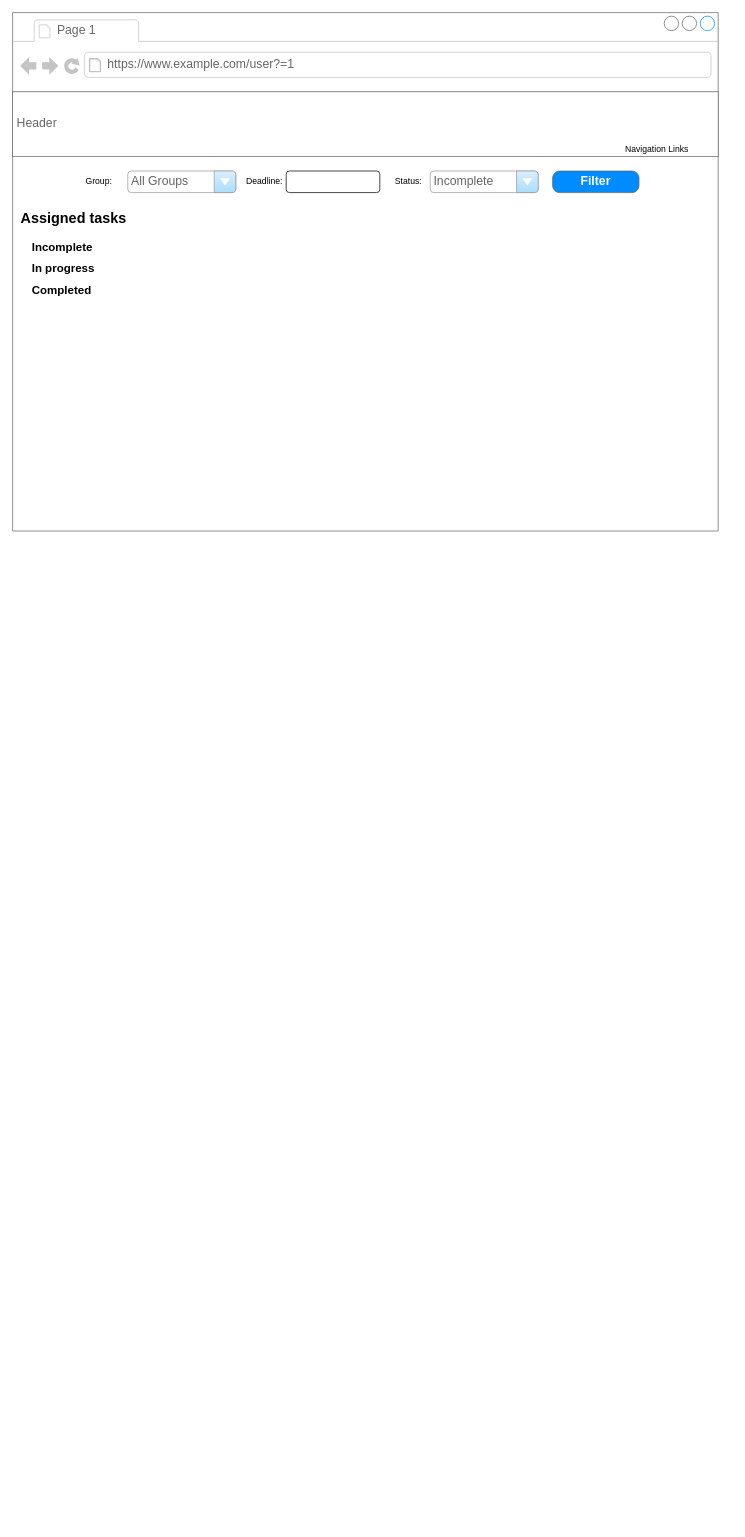
Before: other/mockups/GUI/user_page.drawio in qutsimon/GroupTaskManager, a draw.io diagram. Source tidied: cells renumbered, new cells numbered last; positions are measured from the earlier drawing's top-left corner, leaving out a move shared by most shapes. Both pictures are drawn from the tidied source at 72%, with x=0, y=0 at pixel (12, 12).
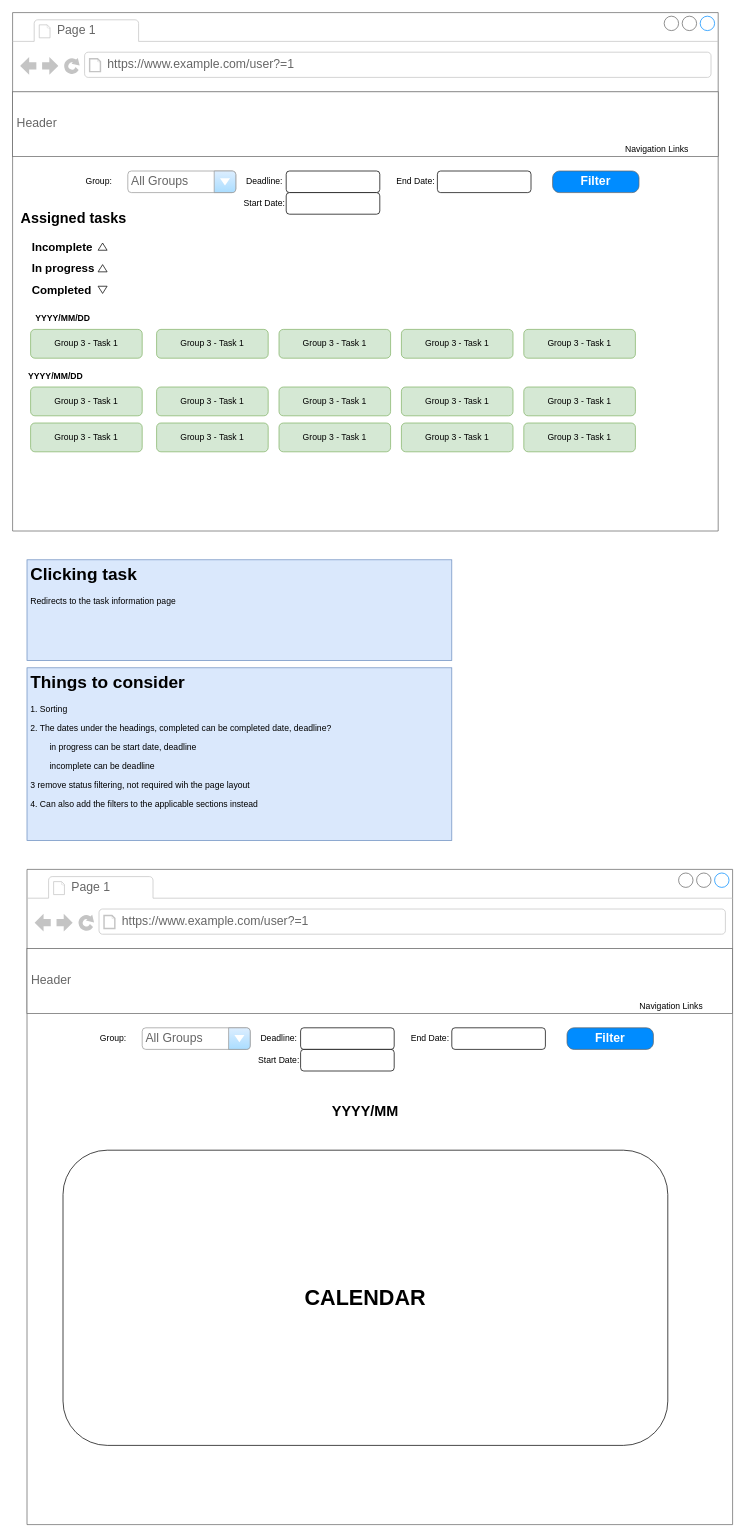
The same diagram, later.

Commit message (it also covers changes not shown here):
more work on the user page mockup

The change refers to these unchanged cells:
```xml
<mxCell id="2" style="strokeWidth=1;shadow=0;dashed=0;align=left;html=1;shape=mxgraph.mockup.containers.browserWindow;rSize=0;strokeColor=#666666;strokeColor2=#008cff;strokeColor3=#c4c4c4;mainText=,;" parent="1" vertex="1">
  <mxGeometry width="980" height="720" as="geometry" />
</mxCell>
<mxCell id="11" style="group;" parent="2" vertex="1">
  <mxGeometry x="90" y="220" width="780" height="30" as="geometry" />
</mxCell>
```

Change to the diagram source:
```diff
@@
-    <mxCell id="8" value="Incomplete" style="text;html=1;align=left;verticalAlign=middle;whiteSpace=wrap;rounded=0;fontStyle=1;fontSize=16;" parent="2" vertex="1">
-      <mxGeometry x="25" y="310" width="120" height="30" as="geometry" />
-    </mxCell>
-    <mxCell id="9" value="In progress" style="text;html=1;align=left;verticalAlign=middle;whiteSpace=wrap;rounded=0;fontStyle=1;fontSize=16;" parent="2" vertex="1">
-      <mxGeometry x="25" y="340" width="120" height="30" as="geometry" />
-    </mxCell>
-    <mxCell id="10" value="Completed" style="text;html=1;align=left;verticalAlign=middle;whiteSpace=wrap;rounded=0;fontStyle=1;fontSize=16;" parent="2" vertex="1">
-      <mxGeometry x="25" y="370" width="120" height="30" as="geometry" />
-    </mxCell>
@@
-    <mxCell id="16" value="Status:" style="text;html=1;align=center;verticalAlign=middle;whiteSpace=wrap;rounded=0;" parent="11" vertex="1">
-      <mxGeometry x="430" width="60" height="30" as="geometry" />
-    </mxCell>
-    <mxCell id="17" value="Incomplete" style="strokeWidth=1;shadow=0;dashed=0;align=center;html=1;shape=mxgraph.mockup.forms.comboBox;strokeColor=#999999;fillColor=#ddeeff;align=left;fillColor2=#aaddff;mainText=;fontColor=#666666;fontSize=17;spacingLeft=3;" parent="11" vertex="1">
-      <mxGeometry x="490" width="150" height="30" as="geometry" />
-    </mxCell>
@@
+    <mxCell id="19" style="rounded=1;whiteSpace=wrap;html=1;" parent="11" vertex="1">
+      <mxGeometry x="500" width="130" height="30" as="geometry" />
+    </mxCell>
+    <mxCell id="20" value="End Date:" style="text;html=1;align=center;verticalAlign=middle;whiteSpace=wrap;rounded=0;" parent="11" vertex="1">
+      <mxGeometry x="440" width="60" height="30" as="geometry" />
+    </mxCell>
+    <mxCell id="21" style="group;" parent="2" vertex="1">
+      <mxGeometry x="25" y="370" width="120" height="30" as="geometry" />
+    </mxCell>
+    <mxCell id="10" value="Completed" style="text;html=1;align=left;verticalAlign=middle;whiteSpace=wrap;rounded=0;fontStyle=1;fontSize=16;" parent="21" vertex="1">
+      <mxGeometry width="120" height="30" as="geometry" />
+    </mxCell>
+    <mxCell id="22" style="triangle;whiteSpace=wrap;html=1;rotation=90;" parent="21" vertex="1">
+      <mxGeometry x="95" y="8.8" width="10" height="12.5" as="geometry" />
+    </mxCell>
+    <mxCell id="23" style="group;" parent="2" vertex="1">
+      <mxGeometry x="25" y="310" width="120" height="30" as="geometry" />
+    </mxCell>
+    <mxCell id="8" value="Incomplete" style="text;html=1;align=left;verticalAlign=middle;whiteSpace=wrap;rounded=0;fontStyle=1;fontSize=16;" parent="23" vertex="1">
+      <mxGeometry width="120" height="30" as="geometry" />
+    </mxCell>
+    <mxCell id="24" style="triangle;whiteSpace=wrap;html=1;rotation=-90;" parent="23" vertex="1">
+      <mxGeometry x="95" y="8.8" width="10" height="12.5" as="geometry" />
+    </mxCell>
+    <mxCell id="25" style="group;" parent="2" vertex="1">
+      <mxGeometry x="25" y="340" width="120" height="30" as="geometry" />
+    </mxCell>
+    <mxCell id="9" value="In progress" style="text;html=1;align=left;verticalAlign=middle;whiteSpace=wrap;rounded=0;fontStyle=1;fontSize=16;" parent="25" vertex="1">
+      <mxGeometry width="120" height="30" as="geometry" />
+    </mxCell>
+    <mxCell id="26" style="triangle;whiteSpace=wrap;html=1;rotation=-90;" parent="25" vertex="1">
+      <mxGeometry x="95" y="8.8" width="10" height="12.5" as="geometry" />
+    </mxCell>
+    <mxCell id="27" value="Group 3 - Task 1" style="rounded=1;whiteSpace=wrap;html=1;fillColor=#d5e8d4;strokeColor=#82b366;" parent="2" vertex="1">
+      <mxGeometry x="25" y="440" width="155" height="40" as="geometry" />
+    </mxCell>
+    <mxCell id="28" value="YYYY/MM/DD" style="text;html=1;align=left;verticalAlign=middle;whiteSpace=wrap;rounded=0;fontStyle=1;" parent="2" vertex="1">
+      <mxGeometry x="30" y="410" width="60" height="30" as="geometry" />
+    </mxCell>
+    <mxCell id="29" value="Group 3 - Task 1" style="rounded=1;whiteSpace=wrap;html=1;fillColor=#d5e8d4;strokeColor=#82b366;" parent="2" vertex="1">
+      <mxGeometry x="200" y="440" width="155" height="40" as="geometry" />
+    </mxCell>
+    <mxCell id="30" value="Group 3 - Task 1" style="rounded=1;whiteSpace=wrap;html=1;fillColor=#d5e8d4;strokeColor=#82b366;" parent="2" vertex="1">
+      <mxGeometry x="370" y="440" width="155" height="40" as="geometry" />
+    </mxCell>
+    <mxCell id="31" value="Group 3 - Task 1" style="rounded=1;whiteSpace=wrap;html=1;fillColor=#d5e8d4;strokeColor=#82b366;" parent="2" vertex="1">
+      <mxGeometry x="540" y="440" width="155" height="40" as="geometry" />
+    </mxCell>
+    <mxCell id="32" value="Group 3 - Task 1" style="rounded=1;whiteSpace=wrap;html=1;fillColor=#d5e8d4;strokeColor=#82b366;" parent="2" vertex="1">
+      <mxGeometry x="710" y="440" width="155" height="40" as="geometry" />
+    </mxCell>
+    <mxCell id="33" value="YYYY/MM/DD" style="text;html=1;align=left;verticalAlign=middle;whiteSpace=wrap;rounded=0;fontStyle=1;" parent="2" vertex="1">
+      <mxGeometry x="20" y="490" width="60" height="30" as="geometry" />
+    </mxCell>
+    <mxCell id="34" value="Group 3 - Task 1" style="rounded=1;whiteSpace=wrap;html=1;fillColor=#d5e8d4;strokeColor=#82b366;" parent="2" vertex="1">
+      <mxGeometry x="25" y="520" width="155" height="40" as="geometry" />
+    </mxCell>
+    <mxCell id="35" value="Group 3 - Task 1" style="rounded=1;whiteSpace=wrap;html=1;fillColor=#d5e8d4;strokeColor=#82b366;" parent="2" vertex="1">
+      <mxGeometry x="200" y="520" width="155" height="40" as="geometry" />
+    </mxCell>
+    <mxCell id="36" value="Group 3 - Task 1" style="rounded=1;whiteSpace=wrap;html=1;fillColor=#d5e8d4;strokeColor=#82b366;" parent="2" vertex="1">
+      <mxGeometry x="370" y="520" width="155" height="40" as="geometry" />
+    </mxCell>
+    <mxCell id="37" value="Group 3 - Task 1" style="rounded=1;whiteSpace=wrap;html=1;fillColor=#d5e8d4;strokeColor=#82b366;" parent="2" vertex="1">
+      <mxGeometry x="540" y="520" width="155" height="40" as="geometry" />
+    </mxCell>
+    <mxCell id="38" value="Group 3 - Task 1" style="rounded=1;whiteSpace=wrap;html=1;fillColor=#d5e8d4;strokeColor=#82b366;" parent="2" vertex="1">
+      <mxGeometry x="710" y="520" width="155" height="40" as="geometry" />
+    </mxCell>
+    <mxCell id="39" value="Group 3 - Task 1" style="rounded=1;whiteSpace=wrap;html=1;fillColor=#d5e8d4;strokeColor=#82b366;" parent="2" vertex="1">
+      <mxGeometry x="25" y="570" width="155" height="40" as="geometry" />
+    </mxCell>
+    <mxCell id="40" value="Group 3 - Task 1" style="rounded=1;whiteSpace=wrap;html=1;fillColor=#d5e8d4;strokeColor=#82b366;" parent="2" vertex="1">
+      <mxGeometry x="200" y="570" width="155" height="40" as="geometry" />
+    </mxCell>
+    <mxCell id="41" value="Group 3 - Task 1" style="rounded=1;whiteSpace=wrap;html=1;fillColor=#d5e8d4;strokeColor=#82b366;" parent="2" vertex="1">
+      <mxGeometry x="370" y="570" width="155" height="40" as="geometry" />
+    </mxCell>
+    <mxCell id="42" value="Group 3 - Task 1" style="rounded=1;whiteSpace=wrap;html=1;fillColor=#d5e8d4;strokeColor=#82b366;" parent="2" vertex="1">
+      <mxGeometry x="540" y="570" width="155" height="40" as="geometry" />
+    </mxCell>
+    <mxCell id="43" value="Group 3 - Task 1" style="rounded=1;whiteSpace=wrap;html=1;fillColor=#d5e8d4;strokeColor=#82b366;" parent="2" vertex="1">
+      <mxGeometry x="710" y="570" width="155" height="40" as="geometry" />
+    </mxCell>
+    <mxCell id="44" style="rounded=1;whiteSpace=wrap;html=1;" parent="2" vertex="1">
+      <mxGeometry x="380" y="250" width="130" height="30" as="geometry" />
+    </mxCell>
+    <mxCell id="45" value="Start Date:" style="text;html=1;align=center;verticalAlign=middle;whiteSpace=wrap;rounded=0;" parent="2" vertex="1">
+      <mxGeometry x="320" y="250" width="60" height="30" as="geometry" />
+    </mxCell>
+    <mxCell id="46" value="&lt;h1&gt;Clicking task&lt;/h1&gt;&lt;p&gt;Redirects to the task information page&lt;/p&gt;" style="text;html=1;spacing=5;spacingTop=-20;whiteSpace=wrap;overflow=hidden;rounded=0;fillColor=#dae8fc;strokeColor=#6c8ebf;" parent="1" vertex="1">
+      <mxGeometry x="20" y="760" width="590" height="140" as="geometry" />
+    </mxCell>
+    <mxCell id="47" value="&lt;h1&gt;Things to consider&lt;/h1&gt;&lt;p&gt;1. Sorting&lt;/p&gt;&lt;p&gt;2. The dates under the headings, completed can be completed date, deadline?&lt;/p&gt;&lt;p&gt;&lt;span style=&quot;white-space: pre;&quot;&gt;&#9;&lt;/span&gt;in progress can be start date, deadline&lt;br&gt;&lt;/p&gt;&lt;p&gt;&lt;span style=&quot;white-space: pre;&quot;&gt;&#9;&lt;/span&gt;incomplete can be deadline&lt;br&gt;&lt;/p&gt;&lt;p&gt;3 remove status filtering, not required wih the page layout&lt;/p&gt;&lt;p&gt;4. Can also add the filters to the applicable sections instead&lt;/p&gt;" style="text;html=1;spacing=5;spacingTop=-20;whiteSpace=wrap;overflow=hidden;rounded=0;fillColor=#dae8fc;strokeColor=#6c8ebf;" parent="1" vertex="1">
+      <mxGeometry x="20" y="910" width="590" height="240" as="geometry" />
+    </mxCell>
+    <mxCell id="48" style="strokeWidth=1;shadow=0;dashed=0;align=left;html=1;shape=mxgraph.mockup.containers.browserWindow;rSize=0;strokeColor=#666666;strokeColor2=#008cff;strokeColor3=#c4c4c4;mainText=,;fontStyle=1;" parent="1" vertex="1">
+      <mxGeometry x="20" y="1190" width="980" height="910" as="geometry" />
+    </mxCell>
+    <mxCell id="49" value="Page 1" style="strokeWidth=1;shadow=0;dashed=0;align=center;html=1;shape=mxgraph.mockup.containers.anchor;fontSize=17;fontColor=#666666;align=left;whiteSpace=wrap;" parent="48" vertex="1">
+      <mxGeometry x="60" y="12" width="110" height="26" as="geometry" />
+    </mxCell>
+    <mxCell id="50" value="https://www.example.com/user?=1" style="strokeWidth=1;shadow=0;dashed=0;align=center;html=1;shape=mxgraph.mockup.containers.anchor;rSize=0;fontSize=17;fontColor=#666666;align=left;" parent="48" vertex="1">
+      <mxGeometry x="130" y="60" width="250" height="26" as="geometry" />
+    </mxCell>
+    <mxCell id="51" value="Header" style="strokeWidth=1;shadow=0;dashed=0;align=center;html=1;shape=mxgraph.mockup.text.textBox;fontColor=#666666;align=left;fontSize=17;spacingLeft=4;spacingTop=-3;whiteSpace=wrap;strokeColor=#666666;mainText=;" parent="48" vertex="1">
+      <mxGeometry y="110" width="980" height="90" as="geometry" />
+    </mxCell>
+    <mxCell id="52" value="Navigation Links" style="text;html=1;strokeColor=none;fillColor=none;align=center;verticalAlign=middle;whiteSpace=wrap;overflow=hidden;" parent="48" vertex="1">
+      <mxGeometry x="820" y="180" width="150" height="20" as="geometry" />
+    </mxCell>
+    <mxCell id="53" value="&lt;b&gt;&lt;font&gt;YYYY/MM&lt;/font&gt;&lt;/b&gt;" style="text;html=1;align=center;verticalAlign=middle;whiteSpace=wrap;rounded=0;fontSize=20;" parent="48" vertex="1">
+      <mxGeometry x="395" y="320" width="150" height="30" as="geometry" />
+    </mxCell>
+    <mxCell id="54" style="group;" parent="48" vertex="1">
+      <mxGeometry x="90" y="220" width="780" height="30" as="geometry" />
+    </mxCell>
+    <mxCell id="55" value="All Groups" style="strokeWidth=1;shadow=0;dashed=0;align=center;html=1;shape=mxgraph.mockup.forms.comboBox;strokeColor=#999999;fillColor=#ddeeff;align=left;fillColor2=#aaddff;mainText=;fontColor=#666666;fontSize=17;spacingLeft=3;" parent="54" vertex="1">
+      <mxGeometry x="70" width="150" height="30" as="geometry" />
+    </mxCell>
+    <mxCell id="56" style="rounded=1;whiteSpace=wrap;html=1;" parent="54" vertex="1">
+      <mxGeometry x="290" width="130" height="30" as="geometry" />
+    </mxCell>
+    <mxCell id="57" value="Group:" style="text;html=1;align=center;verticalAlign=middle;whiteSpace=wrap;rounded=0;" parent="54" vertex="1">
+      <mxGeometry width="60" height="30" as="geometry" />
+    </mxCell>
+    <mxCell id="58" value="Deadline:" style="text;html=1;align=center;verticalAlign=middle;whiteSpace=wrap;rounded=0;" parent="54" vertex="1">
+      <mxGeometry x="230" width="60" height="30" as="geometry" />
+    </mxCell>
+    <mxCell id="59" value="Filter" style="strokeWidth=1;shadow=0;dashed=0;align=center;html=1;shape=mxgraph.mockup.buttons.button;strokeColor=#666666;fontColor=#ffffff;mainText=;buttonStyle=round;fontSize=17;fontStyle=1;fillColor=#008cff;whiteSpace=wrap;" parent="54" vertex="1">
+      <mxGeometry x="660" width="120" height="30" as="geometry" />
+    </mxCell>
+    <mxCell id="60" style="rounded=1;whiteSpace=wrap;html=1;" parent="54" vertex="1">
+      <mxGeometry x="500" width="130" height="30" as="geometry" />
+    </mxCell>
+    <mxCell id="61" value="End Date:" style="text;html=1;align=center;verticalAlign=middle;whiteSpace=wrap;rounded=0;" parent="54" vertex="1">
+      <mxGeometry x="440" width="60" height="30" as="geometry" />
+    </mxCell>
+    <mxCell id="62" style="rounded=1;whiteSpace=wrap;html=1;" parent="48" vertex="1">
+      <mxGeometry x="380" y="250" width="130" height="30" as="geometry" />
+    </mxCell>
+    <mxCell id="63" value="Start Date:" style="text;html=1;align=center;verticalAlign=middle;whiteSpace=wrap;rounded=0;" parent="48" vertex="1">
+      <mxGeometry x="320" y="250" width="60" height="30" as="geometry" />
+    </mxCell>
+    <mxCell id="64" value="CALENDAR" style="rounded=1;whiteSpace=wrap;html=1;fontStyle=1;fontSize=30;" parent="48" vertex="1">
+      <mxGeometry x="50" y="390" width="840" height="410" as="geometry" />
+    </mxCell>
```
